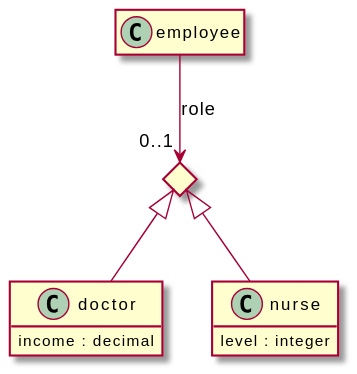
The PlantUML diagram src/docs/tests/one-of-property-level.puml.svg in davidmoten/openapi-to-plantuml, before a commit.
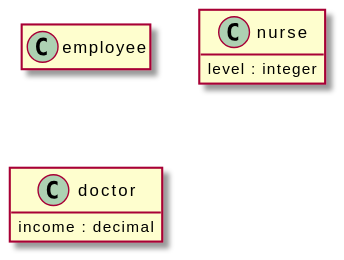
The same diagram one commit later.

The edit, as a diff of the source:
```diff
@@ -6,14 +6,6 @@
 
 class "employee" {
 }
-
-diamond anon
-
-"employee" --> "0..1" anon: role
-
-anon <|-- "doctor"
-
-anon <|-- "nurse"
 
 class "nurse" {
   level : integer
```
